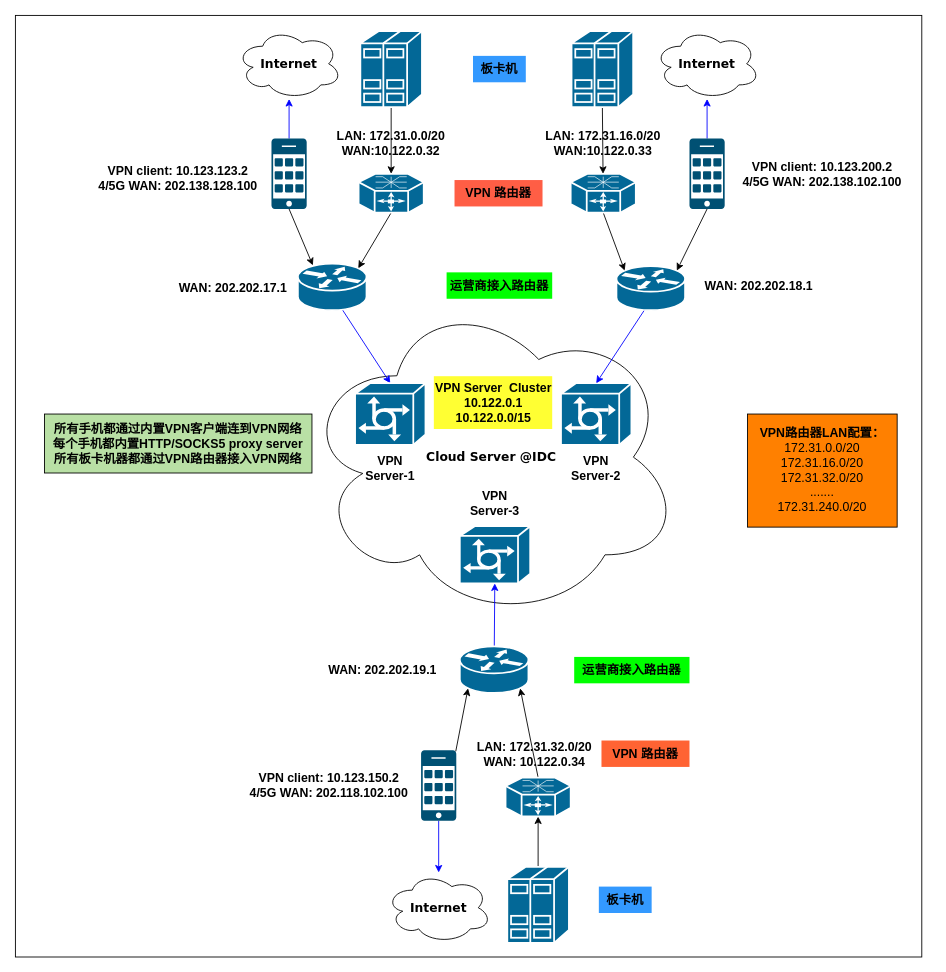
Above: Untitled Diagram.drawio in nxtreaming/andy_study (draw.io), before the change. Source tidied: cells renumbered, new cells numbered last; positions are measured from the earlier drawing's top-left corner, leaving out a move shared by most shapes. Both pictures are drawn from the tidied source at 88%, with x=0, y=0 at pixel (15, 15).
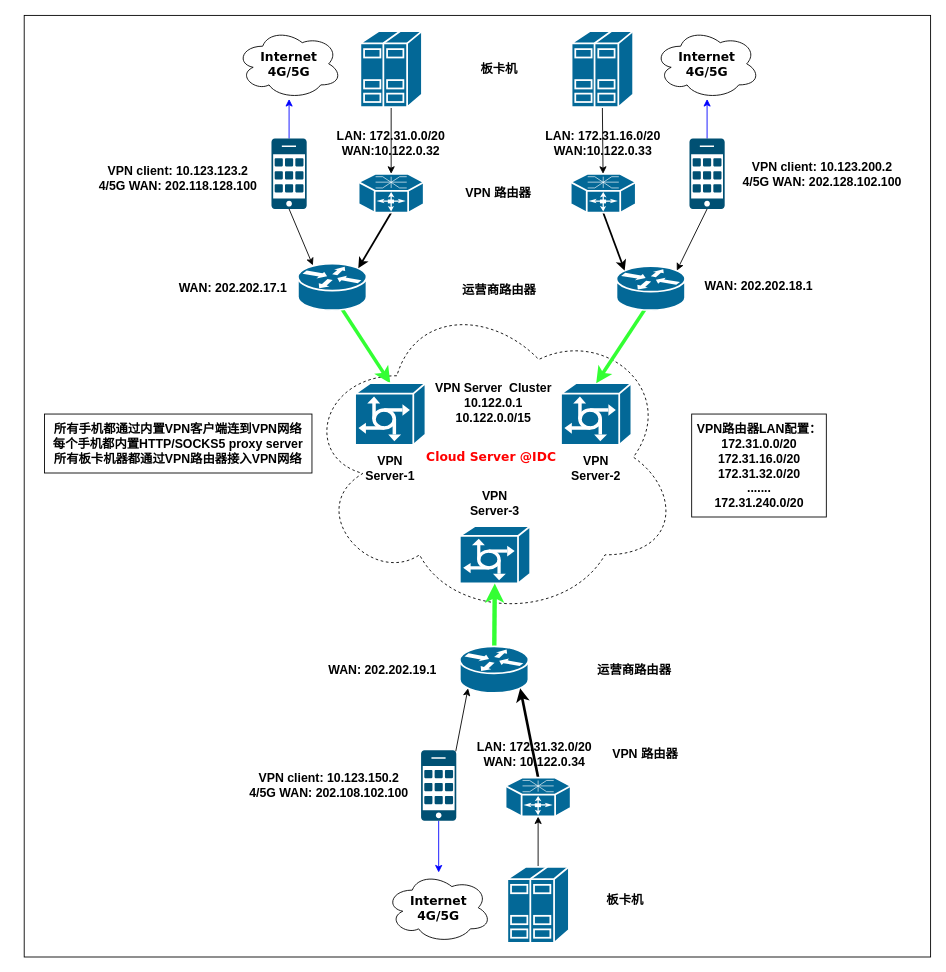
After the change.

The change refers to these unchanged cells:
```xml
<mxCell id="6" style="shape=mxgraph.cisco.routers.router;html=1;dashed=0;fillColor=#036897;strokeColor=#ffffff;strokeWidth=2;verticalLabelPosition=bottom;verticalAlign=top;rounded=0;shadow=0;comic=0;fontFamily=Verdana;fontSize=12;" parent="1" vertex="1">
  <mxGeometry x="321" y="282" width="78" height="53" as="geometry" />
</mxCell>
<mxCell id="9" style="shape=mxgraph.cisco.servers.communications_server;sketch=0;html=1;dashed=0;fillColor=#036897;strokeColor=#ffffff;strokeWidth=2;verticalLabelPosition=bottom;verticalAlign=top;align=center;outlineConnect=0;" parent="1" vertex="1">
  <mxGeometry x="386" y="418" width="80" height="70" as="geometry" />
</mxCell>
<mxCell id="14" style="shape=mxgraph.cisco.servers.communications_server;sketch=0;html=1;dashed=0;fillColor=#036897;strokeColor=#ffffff;strokeWidth=2;verticalLabelPosition=bottom;verticalAlign=top;align=center;outlineConnect=0;" parent="1" vertex="1">
  <mxGeometry x="620" y="418" width="80" height="70" as="geometry" />
</mxCell>
<mxCell id="15" style="shape=mxgraph.cisco.servers.communications_server;sketch=0;html=1;dashed=0;fillColor=#036897;strokeColor=#ffffff;strokeWidth=2;verticalLabelPosition=bottom;verticalAlign=top;align=center;outlineConnect=0;" parent="1" vertex="1">
  <mxGeometry x="505" y="580.5" width="80" height="65" as="geometry" />
</mxCell>
<mxCell id="21" style="shape=mxgraph.cisco.routers.router;html=1;dashed=0;fillColor=#036897;strokeColor=#ffffff;strokeWidth=2;verticalLabelPosition=bottom;verticalAlign=top;rounded=0;shadow=0;comic=0;fontFamily=Verdana;fontSize=12;" parent="1" vertex="1">
  <mxGeometry x="683" y="285" width="78" height="50" as="geometry" />
</mxCell>
<mxCell id="30" style="shape=mxgraph.cisco.routers.router;html=1;dashed=0;fillColor=#036897;strokeColor=#ffffff;strokeWidth=2;verticalLabelPosition=bottom;verticalAlign=top;rounded=0;shadow=0;comic=0;fontFamily=Verdana;fontSize=12;" parent="1" vertex="1">
  <mxGeometry x="505" y="717" width="78" height="53" as="geometry" />
</mxCell>
<mxCell id="47" style="shape=mxgraph.cisco.routers.optical_services_router;sketch=0;html=1;dashed=0;fillColor=#036897;strokeColor=#ffffff;strokeWidth=2;verticalLabelPosition=bottom;verticalAlign=top;align=center;outlineConnect=0;" parent="1" vertex="1">
  <mxGeometry x="390" y="180" width="74" height="44.2" as="geometry" />
</mxCell>
<mxCell id="49" style="shape=mxgraph.cisco.routers.optical_services_router;sketch=0;html=1;dashed=0;fillColor=#036897;strokeColor=#ffffff;strokeWidth=2;verticalLabelPosition=bottom;verticalAlign=top;align=center;outlineConnect=0;" parent="1" vertex="1">
  <mxGeometry x="631" y="180" width="74" height="44.2" as="geometry" />
</mxCell>
<mxCell id="50" style="shape=mxgraph.cisco.routers.optical_services_router;sketch=0;html=1;dashed=0;fillColor=#036897;strokeColor=#ffffff;strokeWidth=2;verticalLabelPosition=bottom;verticalAlign=top;align=center;outlineConnect=0;" parent="1" vertex="1">
  <mxGeometry x="557" y="866.1" width="74" height="44.2" as="geometry" />
</mxCell>
```

Diff of the diagram source:
```diff
@@
-    <mxCell id="2" style="whiteSpace=wrap;html=1;" parent="1" vertex="1">
-      <mxGeometry width="1030" height="1070" as="geometry" />
+    <mxCell id="2" style="whiteSpace=wrap;html=1;fontColor=#0000FF;" parent="1" vertex="1">
+      <mxGeometry x="10" width="1030" height="1070" as="geometry" />
     </mxCell>
-    <mxCell id="3" value="&lt;font style=&quot;font-size: 14px;&quot;&gt;&lt;b&gt;Cloud Server @IDC&lt;/b&gt;&lt;/font&gt;" style="ellipse;shape=cloud;whiteSpace=wrap;html=1;rounded=0;shadow=0;comic=0;strokeWidth=1;fontFamily=Verdana;fontSize=12;" parent="1" vertex="1">
+    <mxCell id="3" value="&lt;font style=&quot;font-size: 14px;&quot;&gt;&lt;b&gt;Cloud Server @IDC&lt;/b&gt;&lt;/font&gt;" style="ellipse;shape=cloud;whiteSpace=wrap;html=1;rounded=0;shadow=0;comic=0;strokeWidth=1;fontFamily=Verdana;fontSize=12;fontColor=#ff0000;dashed=1;" parent="1" vertex="1">
       <mxGeometry x="326" y="317" width="430" height="370" as="geometry" />
     </mxCell>
-    <mxCell id="4" value="&lt;font style=&quot;font-size: 14px;&quot;&gt;&lt;b&gt;Internet&lt;/b&gt;&lt;/font&gt;" style="ellipse;shape=cloud;whiteSpace=wrap;html=1;rounded=0;shadow=0;comic=0;strokeWidth=1;fontFamily=Verdana;fontSize=12;" parent="1" vertex="1">
+    <mxCell id="4" value="&lt;font style=&quot;font-size: 14px;&quot;&gt;&lt;b&gt;Internet&lt;br&gt;4G/5G&lt;br&gt;&lt;/b&gt;&lt;/font&gt;" style="ellipse;shape=cloud;whiteSpace=wrap;html=1;rounded=0;shadow=0;comic=0;strokeWidth=1;fontFamily=Verdana;fontSize=12;" parent="1" vertex="1">
       <mxGeometry x="251" y="15" width="120" height="80" as="geometry" />
     </mxCell>
-    <mxCell id="5" style="edgeStyle=none;rounded=0;jettySize=auto;html=1;entryX=0.5;entryY=0;entryDx=0;entryDy=0;entryPerimeter=0;exitX=0.628;exitY=0.943;exitDx=0;exitDy=0;exitPerimeter=0;strokeColor=#0000FF;" parent="1" edge="1" source="6" target="9">
+    <mxCell id="5" style="edgeStyle=none;rounded=0;jettySize=auto;html=1;entryX=0.5;entryY=0;entryDx=0;entryDy=0;entryPerimeter=0;exitX=0.628;exitY=0.943;exitDx=0;exitDy=0;exitPerimeter=0;strokeColor=#33FF33;strokeWidth=4;" parent="1" edge="1" source="6" target="9">
       <mxGeometry relative="1" as="geometry" />
     </mxCell>
@@
-    <mxCell id="13" style="edgeStyle=none;rounded=0;jettySize=auto;html=1;entryX=0.88;entryY=0.1;entryDx=0;entryDy=0;entryPerimeter=0;exitX=0.5;exitY=1;exitDx=0;exitDy=0;exitPerimeter=0;" parent="1" edge="1" source="47" target="6">
+    <mxCell id="13" style="edgeStyle=none;rounded=0;jettySize=auto;html=1;entryX=0.88;entryY=0.1;entryDx=0;entryDy=0;entryPerimeter=0;exitX=0.5;exitY=1;exitDx=0;exitDy=0;exitPerimeter=0;strokeWidth=2;" parent="1" edge="1" source="47" target="6">
       <mxGeometry relative="1" as="geometry" />
     </mxCell>
@@
-    <mxCell id="16" value="&lt;font style=&quot;font-size: 14px;&quot;&gt;&lt;b&gt;VPN Server-1&lt;/b&gt;&lt;/font&gt;" style="text;strokeColor=none;align=center;fillColor=#FFFFFF;html=1;verticalAlign=middle;whiteSpace=wrap;rounded=0;" parent="1" vertex="1">
+    <mxCell id="16" value="&lt;font style=&quot;font-size: 14px;&quot;&gt;&lt;b&gt;VPN Server-1&lt;/b&gt;&lt;/font&gt;" style="text;strokeColor=none;align=center;fillColor=#FFFFFF;html=1;verticalAlign=middle;whiteSpace=wrap;rounded=0;fontColor=#000000;" parent="1" vertex="1">
       <mxGeometry x="396" y="499" width="60" height="30" as="geometry" />
     </mxCell>
-    <mxCell id="17" value="&lt;font style=&quot;font-size: 14px;&quot;&gt;&lt;b&gt;VPN Server-3&lt;/b&gt;&lt;/font&gt;" style="text;strokeColor=none;align=center;fillColor=#FFFFFF;html=1;verticalAlign=middle;whiteSpace=wrap;rounded=0;" parent="1" vertex="1">
+    <mxCell id="17" value="&lt;font style=&quot;font-size: 14px;&quot;&gt;&lt;b&gt;VPN Server-3&lt;/b&gt;&lt;/font&gt;" style="text;strokeColor=none;align=center;fillColor=#FFFFFF;html=1;verticalAlign=middle;whiteSpace=wrap;rounded=0;fontColor=#000000;" parent="1" vertex="1">
       <mxGeometry x="515" y="539" width="60" height="30" as="geometry" />
     </mxCell>
-    <mxCell id="18" value="&lt;font style=&quot;font-size: 14px;&quot;&gt;&lt;b&gt;VPN Server-2&lt;/b&gt;&lt;/font&gt;" style="text;strokeColor=none;align=center;fillColor=#FFFFFF;html=1;verticalAlign=middle;whiteSpace=wrap;rounded=0;" parent="1" vertex="1">
+    <mxCell id="18" value="&lt;font style=&quot;font-size: 14px;&quot;&gt;&lt;b&gt;VPN Server-2&lt;/b&gt;&lt;/font&gt;" style="text;strokeColor=none;align=center;fillColor=#FFFFFF;html=1;verticalAlign=middle;whiteSpace=wrap;rounded=0;fontColor=#000000;" parent="1" vertex="1">
       <mxGeometry x="630" y="499" width="60" height="30" as="geometry" />
     </mxCell>
-    <mxCell id="19" value="&lt;font style=&quot;font-size: 14px;&quot;&gt;&lt;b&gt;Internet&lt;/b&gt;&lt;/font&gt;" style="ellipse;shape=cloud;whiteSpace=wrap;html=1;rounded=0;shadow=0;comic=0;strokeWidth=1;fontFamily=Verdana;fontSize=12;" parent="1" vertex="1">
+    <mxCell id="19" value="&lt;font style=&quot;font-size: 14px;&quot;&gt;&lt;b&gt;Internet&lt;br&gt;4G/5G&lt;br&gt;&lt;/b&gt;&lt;/font&gt;" style="ellipse;shape=cloud;whiteSpace=wrap;html=1;rounded=0;shadow=0;comic=0;strokeWidth=1;fontFamily=Verdana;fontSize=12;" parent="1" vertex="1">
       <mxGeometry x="726" y="15" width="120" height="80" as="geometry" />
     </mxCell>
-    <mxCell id="20" style="edgeStyle=none;rounded=0;jettySize=auto;html=1;entryX=0.5;entryY=0;entryDx=0;entryDy=0;entryPerimeter=0;exitX=0.416;exitY=0.977;exitDx=0;exitDy=0;exitPerimeter=0;strokeColor=#0000FF;" parent="1" edge="1" source="21" target="14">
+    <mxCell id="20" style="edgeStyle=none;rounded=0;jettySize=auto;html=1;entryX=0.5;entryY=0;entryDx=0;entryDy=0;entryPerimeter=0;exitX=0.416;exitY=0.977;exitDx=0;exitDy=0;exitPerimeter=0;strokeColor=#33FF33;strokeWidth=4;" parent="1" edge="1" source="21" target="14">
       <mxGeometry relative="1" as="geometry" />
     </mxCell>
@@
-    <mxCell id="27" style="edgeStyle=none;rounded=0;jettySize=auto;html=1;entryX=0.12;entryY=0.1;entryDx=0;entryDy=0;entryPerimeter=0;exitX=0.5;exitY=1;exitDx=0;exitDy=0;exitPerimeter=0;" parent="1" edge="1" source="49" target="21">
+    <mxCell id="27" style="edgeStyle=none;rounded=0;jettySize=auto;html=1;entryX=0.12;entryY=0.1;entryDx=0;entryDy=0;entryPerimeter=0;exitX=0.5;exitY=1;exitDx=0;exitDy=0;exitPerimeter=0;strokeWidth=2;" parent="1" edge="1" source="49" target="21">
       <mxGeometry relative="1" as="geometry" />
     </mxCell>
-    <mxCell id="28" value="&lt;font style=&quot;font-size: 14px;&quot;&gt;&lt;b&gt;Internet&lt;/b&gt;&lt;/font&gt;" style="ellipse;shape=cloud;whiteSpace=wrap;html=1;rounded=0;shadow=0;comic=0;strokeWidth=1;fontFamily=Verdana;fontSize=12;" parent="1" vertex="1">
+    <mxCell id="28" value="&lt;font style=&quot;font-size: 14px;&quot;&gt;&lt;b&gt;Internet&lt;br&gt;4G/5G&lt;br&gt;&lt;/b&gt;&lt;/font&gt;" style="ellipse;shape=cloud;whiteSpace=wrap;html=1;rounded=0;shadow=0;comic=0;strokeWidth=1;fontFamily=Verdana;fontSize=12;" parent="1" vertex="1">
       <mxGeometry x="421" y="974" width="120" height="80" as="geometry" />
     </mxCell>
-    <mxCell id="29" style="edgeStyle=none;rounded=0;jettySize=auto;html=1;strokeColor=#0000FF;" parent="1" edge="1" source="30" target="15">
+    <mxCell id="29" style="edgeStyle=none;rounded=0;jettySize=auto;html=1;strokeColor=#33FF33;strokeWidth=5;" parent="1" edge="1" source="30" target="15">
       <mxGeometry relative="1" as="geometry" />
     </mxCell>
@@
-    <mxCell id="36" style="edgeStyle=none;rounded=0;jettySize=auto;html=1;exitX=0.5;exitY=0;exitDx=0;exitDy=0;exitPerimeter=0;entryX=0.88;entryY=0.9;entryDx=0;entryDy=0;entryPerimeter=0;" parent="1" edge="1" source="50" target="30">
+    <mxCell id="36" style="edgeStyle=none;rounded=0;jettySize=auto;html=1;exitX=0.5;exitY=0;exitDx=0;exitDy=0;exitPerimeter=0;entryX=0.88;entryY=0.9;entryDx=0;entryDy=0;entryPerimeter=0;strokeWidth=3;" parent="1" edge="1" source="50" target="30">
       <mxGeometry relative="1" as="geometry" />
     </mxCell>
-    <mxCell id="37" value="&lt;font style=&quot;font-size: 14px;&quot;&gt;&lt;b&gt;板卡机&lt;/b&gt;&lt;/font&gt;" style="text;strokeColor=none;align=center;fillColor=#3399FF;html=1;verticalAlign=middle;whiteSpace=wrap;rounded=0;" parent="1" vertex="1">
+    <mxCell id="37" value="&lt;font style=&quot;font-size: 14px;&quot;&gt;&lt;b&gt;板卡机&lt;/b&gt;&lt;/font&gt;" style="text;strokeColor=none;align=center;fillColor=#FFFFFF;html=1;verticalAlign=middle;whiteSpace=wrap;rounded=0;" parent="1" vertex="1">
       <mxGeometry x="520" y="46" width="60" height="30" as="geometry" />
     </mxCell>
-    <mxCell id="38" value="&lt;font style=&quot;font-size: 14px;&quot;&gt;&lt;b&gt;运营商接入路由器&lt;/b&gt;&lt;/font&gt;" style="text;strokeColor=none;align=center;fillColor=#00FF00;html=1;verticalAlign=middle;whiteSpace=wrap;rounded=0;" parent="1" vertex="1">
-      <mxGeometry x="490" y="292" width="120" height="30" as="geometry" />
+    <mxCell id="38" value="&lt;font style=&quot;font-size: 14px;&quot;&gt;&lt;b&gt;运营商路由器&lt;/b&gt;&lt;/font&gt;" style="text;strokeColor=none;align=center;fillColor=#FFFFFF;html=1;verticalAlign=middle;whiteSpace=wrap;rounded=0;" parent="1" vertex="1">
+      <mxGeometry x="500" y="296.8" width="100" height="30" as="geometry" />
     </mxCell>
@@
-    <mxCell id="42" value="&lt;font style=&quot;font-size: 14px;&quot;&gt;&lt;b&gt;VPN client: 10.123.123.2&lt;br&gt;4/5G WAN: 202.138.128.100&lt;br&gt;&lt;/b&gt;&lt;/font&gt;" style="text;strokeColor=none;align=center;fillColor=none;html=1;verticalAlign=middle;whiteSpace=wrap;rounded=0;" parent="1" vertex="1">
+    <mxCell id="42" value="&lt;font style=&quot;font-size: 14px;&quot;&gt;&lt;b&gt;VPN client: 10.123.123.2&lt;br&gt;4/5G WAN: 202.118.128.100&lt;br&gt;&lt;/b&gt;&lt;/font&gt;" style="text;strokeColor=none;align=center;fillColor=none;html=1;verticalAlign=middle;whiteSpace=wrap;rounded=0;" parent="1" vertex="1">
       <mxGeometry x="86" y="160" width="198" height="50" as="geometry" />
     </mxCell>
-    <mxCell id="43" value="&lt;font style=&quot;font-size: 14px;&quot;&gt;&lt;b&gt;VPN client: 10.123.200.2&lt;br&gt;4/5G WAN: 202.138.102.100&lt;br&gt;&lt;/b&gt;&lt;/font&gt;" style="text;strokeColor=none;align=center;fillColor=none;html=1;verticalAlign=middle;whiteSpace=wrap;rounded=0;" parent="1" vertex="1">
+    <mxCell id="43" value="&lt;font style=&quot;font-size: 14px;&quot;&gt;&lt;b&gt;VPN client: 10.123.200.2&lt;br&gt;4/5G WAN: 202.128.102.100&lt;br&gt;&lt;/b&gt;&lt;/font&gt;" style="text;strokeColor=none;align=center;fillColor=none;html=1;verticalAlign=middle;whiteSpace=wrap;rounded=0;" parent="1" vertex="1">
       <mxGeometry x="817" y="155" width="200" height="50" as="geometry" />
     </mxCell>
-    <mxCell id="44" value="&lt;font style=&quot;font-size: 14px;&quot;&gt;&lt;b&gt;VPN client: 10.123.150.2&lt;br&gt;4/5G WAN: 202.118.102.100&lt;br&gt;&lt;/b&gt;&lt;/font&gt;" style="text;strokeColor=none;align=center;fillColor=none;html=1;verticalAlign=middle;whiteSpace=wrap;rounded=0;" parent="1" vertex="1">
+    <mxCell id="44" value="&lt;font style=&quot;font-size: 14px;&quot;&gt;&lt;b&gt;VPN client: 10.123.150.2&lt;br&gt;4/5G WAN: 202.108.102.100&lt;br&gt;&lt;/b&gt;&lt;/font&gt;" style="text;strokeColor=none;align=center;fillColor=none;html=1;verticalAlign=middle;whiteSpace=wrap;rounded=0;" parent="1" vertex="1">
       <mxGeometry x="257" y="850" width="199" height="50.9" as="geometry" />
     </mxCell>
-    <mxCell id="45" value="&lt;font style=&quot;font-size: 14px;&quot;&gt;&lt;b&gt;VPN Server&amp;nbsp; Cluster 10.122.0.1&lt;br&gt;10.122.0.0/15&lt;/b&gt;&lt;/font&gt;" style="text;strokeColor=none;align=center;fillColor=#FFFF33;html=1;verticalAlign=middle;whiteSpace=wrap;rounded=0;" parent="1" vertex="1">
+    <mxCell id="45" value="&lt;font style=&quot;font-size: 14px;&quot;&gt;&lt;b&gt;VPN Server&amp;nbsp; Cluster 10.122.0.1&lt;br&gt;10.122.0.0/15&lt;/b&gt;&lt;/font&gt;" style="text;strokeColor=none;align=center;fillColor=#FFFFFF;html=1;verticalAlign=middle;whiteSpace=wrap;rounded=0;" parent="1" vertex="1">
       <mxGeometry x="475.5" y="410" width="134.5" height="60" as="geometry" />
     </mxCell>
-    <mxCell id="46" value="&lt;b&gt;&lt;font face=&quot;Helvetica&quot; style=&quot;font-size: 14px;&quot;&gt;所有手机都通过内置VPN客户端连到VPN网络&lt;br&gt;&lt;/font&gt;&lt;font style=&quot;font-size: 14px;&quot;&gt;每个手机都内置HTTP/SOCKS5 proxy server&lt;/font&gt;&lt;/b&gt;&lt;font face=&quot;Helvetica&quot; style=&quot;font-size: 14px;&quot;&gt;&lt;b&gt;&lt;br&gt;所有板卡机器都通过VPN路由器接入VPN网络&lt;/b&gt;&lt;br&gt;&lt;/font&gt;" style="whiteSpace=wrap;html=1;fillColor=#B9E0A5;" parent="1" vertex="1">
+    <mxCell id="46" value="&lt;b&gt;&lt;font face=&quot;Helvetica&quot; style=&quot;font-size: 14px;&quot;&gt;所有手机都通过内置VPN客户端连到VPN网络&lt;br&gt;&lt;/font&gt;&lt;font style=&quot;font-size: 14px;&quot;&gt;每个手机都内置HTTP/SOCKS5 proxy server&lt;/font&gt;&lt;/b&gt;&lt;font face=&quot;Helvetica&quot; style=&quot;font-size: 14px;&quot;&gt;&lt;b&gt;&lt;br&gt;所有板卡机器都通过VPN路由器接入VPN网络&lt;/b&gt;&lt;br&gt;&lt;/font&gt;" style="whiteSpace=wrap;html=1;fillColor=#FFFFFF;" parent="1" vertex="1">
       <mxGeometry x="33" y="453" width="304" height="67" as="geometry" />
     </mxCell>
@@
-    <mxCell id="48" value="&lt;font style=&quot;font-size: 14px;&quot;&gt;&lt;b&gt;VPN 路由器&lt;/b&gt;&lt;/font&gt;" style="text;strokeColor=none;align=center;fillColor=#FF5E45;html=1;verticalAlign=middle;whiteSpace=wrap;rounded=0;" parent="1" vertex="1">
+    <mxCell id="48" value="&lt;font style=&quot;font-size: 14px;&quot;&gt;&lt;b&gt;VPN 路由器&lt;/b&gt;&lt;/font&gt;" style="text;strokeColor=#FFFFFF;align=center;fillColor=#FFFFFF;html=1;verticalAlign=middle;whiteSpace=wrap;rounded=0;fontColor=#000000;" parent="1" vertex="1">
       <mxGeometry x="499" y="187.1" width="100" height="30" as="geometry" />
     </mxCell>
@@
-    <mxCell id="51" value="&lt;font style=&quot;font-size: 14px;&quot;&gt;&lt;b&gt;运营商接入路由器&lt;/b&gt;&lt;/font&gt;" style="text;strokeColor=none;align=center;fillColor=#00FF00;html=1;verticalAlign=middle;whiteSpace=wrap;rounded=0;" parent="1" vertex="1">
-      <mxGeometry x="635" y="729" width="131" height="30" as="geometry" />
+    <mxCell id="51" value="&lt;font style=&quot;font-size: 14px;&quot;&gt;&lt;b&gt;运营商路由器&lt;/b&gt;&lt;/font&gt;" style="text;strokeColor=none;align=center;fillColor=#FFFFFF;html=1;verticalAlign=middle;whiteSpace=wrap;rounded=0;" parent="1" vertex="1">
+      <mxGeometry x="651" y="729" width="105" height="30" as="geometry" />
     </mxCell>
-    <mxCell id="52" value="&lt;font style=&quot;font-size: 14px;&quot;&gt;&lt;b&gt;VPN 路由器&lt;/b&gt;&lt;/font&gt;" style="text;strokeColor=none;align=center;fillColor=#FF6333;html=1;verticalAlign=middle;whiteSpace=wrap;rounded=0;" parent="1" vertex="1">
+    <mxCell id="52" value="&lt;font style=&quot;font-size: 14px;&quot;&gt;&lt;b&gt;VPN 路由器&lt;/b&gt;&lt;/font&gt;" style="text;strokeColor=none;align=center;fillColor=#FFFFFF;html=1;verticalAlign=middle;whiteSpace=wrap;rounded=0;fontColor=#000000;" parent="1" vertex="1">
       <mxGeometry x="666" y="824" width="100" height="30" as="geometry" />
     </mxCell>
-    <mxCell id="53" value="&lt;font style=&quot;font-size: 14px;&quot;&gt;&lt;b&gt;板卡机&lt;/b&gt;&lt;/font&gt;" style="text;strokeColor=none;align=center;fillColor=#3399FF;html=1;verticalAlign=middle;whiteSpace=wrap;rounded=0;" parent="1" vertex="1">
+    <mxCell id="53" value="&lt;font style=&quot;font-size: 14px;&quot;&gt;&lt;b&gt;板卡机&lt;/b&gt;&lt;/font&gt;" style="text;strokeColor=none;align=center;fillColor=#FFFFFF;html=1;verticalAlign=middle;whiteSpace=wrap;rounded=0;" parent="1" vertex="1">
       <mxGeometry x="663" y="990" width="60" height="30" as="geometry" />
     </mxCell>
@@
-    <mxCell id="57" value="&lt;font face=&quot;Helvetica&quot; style=&quot;font-size: 14px;&quot;&gt;&lt;b&gt;VPN路由器LAN配置：&lt;br&gt;&lt;/b&gt;172.31.0.0/20&lt;br&gt;172.31.16.0/20&lt;br&gt;172.31.32.0/20&lt;br&gt;.......&lt;br&gt;172.31.240.0/20&lt;br&gt;&lt;/font&gt;" style="whiteSpace=wrap;html=1;fillColor=#FF8000;" parent="1" vertex="1">
-      <mxGeometry x="832" y="453" width="170" height="128.5" as="geometry" />
+    <mxCell id="57" value="&lt;font face=&quot;Helvetica&quot; style=&quot;font-size: 14px;&quot;&gt;&lt;b&gt;VPN路由器LAN配置：&lt;br&gt;172.31.0.0/20&lt;br&gt;172.31.16.0/20&lt;br&gt;172.31.32.0/20&lt;br&gt;.......&lt;br&gt;172.31.240.0/20&lt;/b&gt;&lt;br&gt;&lt;/font&gt;" style="whiteSpace=wrap;html=1;fillColor=#FFFFFF;" parent="1" vertex="1">
+      <mxGeometry x="768.5" y="453" width="153" height="117" as="geometry" />
     </mxCell>
```
